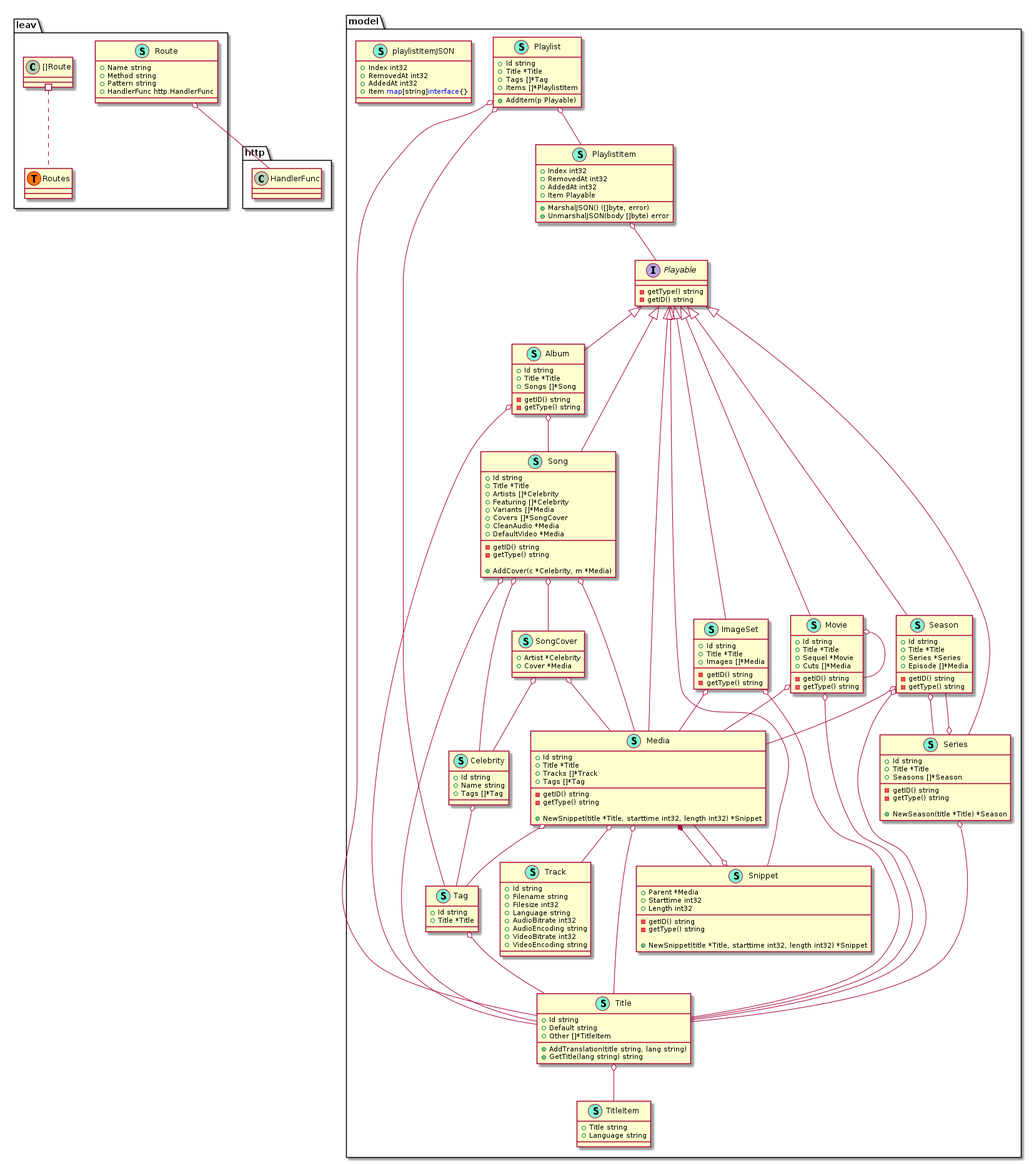
lea-video/backend keeps this PlantUML diagram as api/uml_diagram.png. Above is the earlier version.
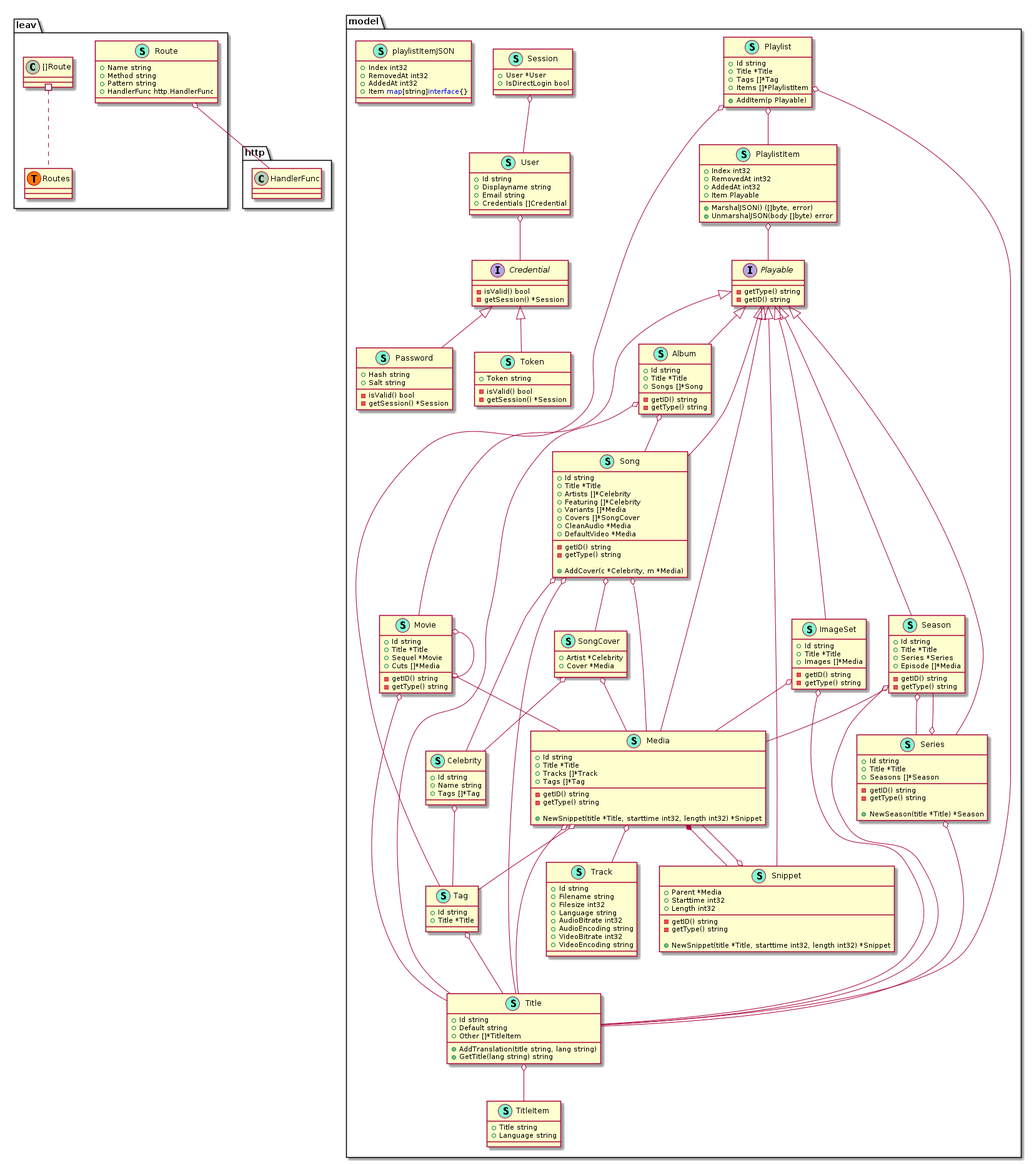
After the change.

Commit message:
Update UML-Diagram

Change to the diagram source:
```diff
@@ -30,6 +30,11 @@
         + Tags []*Tag
 
     }
+    interface Credential  {
+        - isValid() bool
+        - getSession() *Session
+
+    }
     class ImageSet << (S,Aquamarine) >> {
         + Id string
         + Title *Title
@@ -59,6 +64,14 @@
 
         - getID() string
         - getType() string
+
+    }
+    class Password << (S,Aquamarine) >> {
+        + Hash string
+        + Salt string
+
+        - isValid() bool
+        - getSession() *Session
 
     }
     interface Playable  {
@@ -104,6 +117,11 @@
         - getType() string
 
         + NewSeason(title *Title) *Season
+
+    }
+    class Session << (S,Aquamarine) >> {
+        + User *User
+        + IsDirectLogin bool
 
     }
     class Snippet << (S,Aquamarine) >> {
@@ -157,6 +175,13 @@
         + Language string
 
     }
+    class Token << (S,Aquamarine) >> {
+        + Token string
+
+        - isValid() bool
+        - getSession() *Session
+
+    }
     class Track << (S,Aquamarine) >> {
         + Id string
         + Filename string
@@ -166,6 +191,13 @@
         + AudioEncoding string
         + VideoBitrate int32
         + VideoEncoding string
+
+    }
+    class User << (S,Aquamarine) >> {
+        + Id string
+        + Displayname string
+        + Email string
+        + Credentials []Credential
 
     }
     class playlistItemJSON << (S,Aquamarine) >> {
@@ -182,10 +214,12 @@
 "model.Playable" <|-- "model.ImageSet"
 "model.Playable" <|-- "model.Media"
 "model.Playable" <|-- "model.Movie"
+"model.Credential" <|-- "model.Password"
 "model.Playable" <|-- "model.Season"
 "model.Playable" <|-- "model.Series"
 "model.Playable" <|-- "model.Snippet"
 "model.Playable" <|-- "model.Song"
+"model.Credential" <|-- "model.Token"
 
 "model.Album" o-- "model.Song"
 "model.Album" o-- "model.Title"
@@ -207,6 +241,7 @@
 "model.Season" o-- "model.Title"
 "model.Series" o-- "model.Season"
 "model.Series" o-- "model.Title"
+"model.Session" o-- "model.User"
 "model.Snippet" o-- "model.Media"
 "model.Song" o-- "model.Celebrity"
 "model.Song" o-- "model.Media"
@@ -216,6 +251,7 @@
 "model.SongCover" o-- "model.Media"
 "model.Tag" o-- "model.Title"
 "model.Title" o-- "model.TitleItem"
+"model.User" o-- "model.Credential"
 
 "leav.[]Route" #.. "leav.Routes"
 @enduml
```
